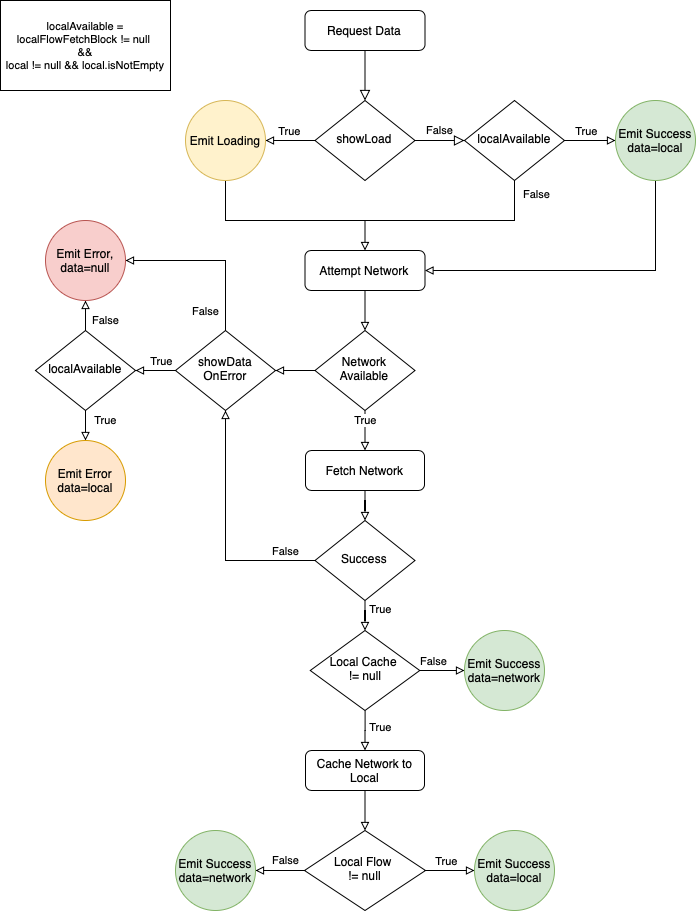
Above: Data Resource Flow Chart.png in baileytye/DataResource (draw.io), before the change. Source tidied: cells renumbered, new cells last; positions are measured from the earlier drawing's top-left corner, leaving out a move shared by most shapes. The source it was exported from:
```xml
<mxGraphModel>
  <root>
    <mxCell id="0" />
    <mxCell id="1" parent="0" />
    <mxCell id="2" style="rounded=0;html=1;jettySize=auto;fontSize=11;endArrow=block;endFill=0;endSize=8;strokeWidth=1;shadow=0;labelBackgroundColor=none;edgeStyle=orthogonalEdgeStyle;" parent="1" edge="1" source="3" target="7">
      <mxGeometry relative="1" as="geometry" />
    </mxCell>
    <mxCell id="3" value="Request Data" style="rounded=1;whiteSpace=wrap;html=1;fontSize=12;glass=0;strokeWidth=1;shadow=0;" parent="1" vertex="1">
      <mxGeometry x="304.5" y="10" width="120" height="40" as="geometry" />
    </mxCell>
    <mxCell id="4" value="False" style="edgeStyle=orthogonalEdgeStyle;rounded=0;html=1;jettySize=auto;fontSize=11;endArrow=block;endFill=0;endSize=8;strokeWidth=1;shadow=0;labelBackgroundColor=none;entryX=0;entryY=0.5;entryDx=0;entryDy=0;" parent="1" edge="1" source="7" target="21">
      <mxGeometry y="10" relative="1" as="geometry" />
    </mxCell>
    <mxCell id="5" style="edgeStyle=orthogonalEdgeStyle;rounded=0;jettySize=auto;html=1;exitX=0;exitY=0.5;exitDx=0;exitDy=0;entryX=1;entryY=0.5;entryDx=0;entryDy=0;endArrow=block;endFill=0;" parent="1" edge="1" source="7" target="23">
      <mxGeometry relative="1" as="geometry" />
    </mxCell>
    <mxCell id="6" value="True" style="edgeLabel;html=1;align=center;verticalAlign=middle;" parent="5" vertex="1">
      <mxGeometry x="0.25" y="-1" relative="1" as="geometry">
        <mxPoint x="4.8" y="-9" as="offset" />
      </mxGeometry>
    </mxCell>
    <mxCell id="7" value="showLoad" style="rhombus;whiteSpace=wrap;html=1;shadow=0;fontFamily=Helvetica;fontSize=12;align=center;strokeWidth=1;spacing=6;spacingTop=-4;" parent="1" vertex="1">
      <mxGeometry x="314.5" y="100" width="100" height="80" as="geometry" />
    </mxCell>
    <mxCell id="8" style="edgeStyle=orthogonalEdgeStyle;rounded=0;jettySize=auto;html=1;entryX=0.5;entryY=0;entryDx=0;entryDy=0;endArrow=block;endFill=0;" parent="1" edge="1" source="12" target="14">
      <mxGeometry relative="1" as="geometry" />
    </mxCell>
    <mxCell id="9" value="True" style="edgeLabel;html=1;align=center;verticalAlign=middle;" parent="8" vertex="1">
      <mxGeometry x="-0.14" y="3" relative="1" as="geometry">
        <mxPoint x="-3" y="-7" as="offset" />
      </mxGeometry>
    </mxCell>
    <mxCell id="10" style="edgeStyle=orthogonalEdgeStyle;rounded=0;jettySize=auto;html=1;entryX=1;entryY=0.5;entryDx=0;entryDy=0;endArrow=block;endFill=0;" parent="1" edge="1" source="12" target="30">
      <mxGeometry relative="1" as="geometry" />
    </mxCell>
    <mxCell id="11" value="False" style="edgeLabel;html=1;align=center;verticalAlign=middle;" parent="10" vertex="1">
      <mxGeometry x="0.14" y="1" relative="1" as="geometry">
        <mxPoint x="72.3" y="-11" as="offset" />
      </mxGeometry>
    </mxCell>
    <mxCell id="12" value="Network Available" style="rhombus;whiteSpace=wrap;html=1;shadow=0;fontFamily=Helvetica;fontSize=12;align=center;strokeWidth=1;spacing=6;spacingTop=-4;" parent="1" vertex="1">
      <mxGeometry x="314.5" y="330" width="100" height="80" as="geometry" />
    </mxCell>
    <mxCell id="13" style="edgeStyle=orthogonalEdgeStyle;rounded=0;jettySize=auto;html=1;entryX=0.5;entryY=0;entryDx=0;entryDy=0;endArrow=block;endFill=0;" parent="1" edge="1" source="14" target="42">
      <mxGeometry relative="1" as="geometry" />
    </mxCell>
    <mxCell id="14" value="Fetch Network" style="rounded=1;whiteSpace=wrap;html=1;fontSize=12;glass=0;strokeWidth=1;shadow=0;" parent="1" vertex="1">
      <mxGeometry x="305" y="450" width="119" height="40" as="geometry" />
    </mxCell>
    <mxCell id="15" style="edgeStyle=orthogonalEdgeStyle;rounded=0;jettySize=auto;html=1;entryX=0.5;entryY=0;entryDx=0;entryDy=0;endArrow=block;endFill=0;" parent="1" edge="1" source="16" target="12">
      <mxGeometry relative="1" as="geometry" />
    </mxCell>
    <mxCell id="16" value="Attempt Network" style="rounded=1;whiteSpace=wrap;html=1;fontSize=12;glass=0;strokeWidth=1;shadow=0;" parent="1" vertex="1">
      <mxGeometry x="304.5" y="250" width="120" height="40" as="geometry" />
    </mxCell>
    <mxCell id="17" style="edgeStyle=orthogonalEdgeStyle;rounded=0;jettySize=auto;html=1;endArrow=none;endFill=0;" parent="1" edge="1" source="21">
      <mxGeometry relative="1" as="geometry">
        <mxPoint x="345" y="220" as="targetPoint" />
        <Array as="points">
          <mxPoint x="514" y="220" />
          <mxPoint x="514" y="220" />
        </Array>
      </mxGeometry>
    </mxCell>
    <mxCell id="18" value="False" style="edgeLabel;html=1;align=center;verticalAlign=middle;" parent="17" vertex="1">
      <mxGeometry x="-0.87" y="-2" relative="1" as="geometry">
        <mxPoint x="23" as="offset" />
      </mxGeometry>
    </mxCell>
    <mxCell id="19" style="edgeStyle=orthogonalEdgeStyle;rounded=0;jettySize=auto;html=1;entryX=0;entryY=0.5;entryDx=0;entryDy=0;endArrow=block;endFill=0;" parent="1" edge="1" source="21" target="25">
      <mxGeometry relative="1" as="geometry" />
    </mxCell>
    <mxCell id="20" value="True" style="edgeLabel;html=1;align=center;verticalAlign=middle;" parent="19" vertex="1">
      <mxGeometry x="-0.66" y="1" relative="1" as="geometry">
        <mxPoint x="12" y="-9" as="offset" />
      </mxGeometry>
    </mxCell>
    <mxCell id="21" value="localAvailable" style="rhombus;whiteSpace=wrap;html=1;shadow=0;fontFamily=Helvetica;fontSize=12;align=center;strokeWidth=1;spacing=6;spacingTop=-4;" parent="1" vertex="1">
      <mxGeometry x="464" y="100" width="100" height="80" as="geometry" />
    </mxCell>
    <mxCell id="22" style="edgeStyle=orthogonalEdgeStyle;rounded=0;jettySize=auto;html=1;exitX=0.5;exitY=1;exitDx=0;exitDy=0;entryX=0.5;entryY=0;entryDx=0;entryDy=0;endArrow=block;endFill=0;" parent="1" edge="1" source="23" target="16">
      <mxGeometry relative="1" as="geometry">
        <Array as="points">
          <mxPoint x="225" y="220" />
          <mxPoint x="364" y="220" />
        </Array>
      </mxGeometry>
    </mxCell>
    <mxCell id="23" value="Emit Loading" style="ellipse;whiteSpace=wrap;html=1;fillColor=#fff2cc;strokeColor=#d6b656;" parent="1" vertex="1">
      <mxGeometry x="185" y="100" width="80" height="80" as="geometry" />
    </mxCell>
    <mxCell id="24" style="edgeStyle=orthogonalEdgeStyle;rounded=0;jettySize=auto;html=1;entryX=1;entryY=0.5;entryDx=0;entryDy=0;endArrow=block;endFill=0;" parent="1" edge="1" source="25" target="16">
      <mxGeometry relative="1" as="geometry">
        <Array as="points">
          <mxPoint x="655" y="270" />
        </Array>
      </mxGeometry>
    </mxCell>
    <mxCell id="25" value="Emit Success data=local" style="ellipse;whiteSpace=wrap;html=1;fillColor=#d5e8d4;strokeColor=#82b366;" parent="1" vertex="1">
      <mxGeometry x="615" y="100" width="80" height="80" as="geometry" />
    </mxCell>
    <mxCell id="26" style="edgeStyle=orthogonalEdgeStyle;rounded=0;jettySize=auto;html=1;exitX=0;exitY=0.5;exitDx=0;exitDy=0;entryX=1;entryY=0.5;entryDx=0;entryDy=0;endArrow=block;endFill=0;" parent="1" edge="1" source="30" target="34">
      <mxGeometry relative="1" as="geometry" />
    </mxCell>
    <mxCell id="27" value="True" style="edgeLabel;html=1;align=center;verticalAlign=middle;" parent="26" vertex="1">
      <mxGeometry x="-0.23" y="1" relative="1" as="geometry">
        <mxPoint y="-11" as="offset" />
      </mxGeometry>
    </mxCell>
    <mxCell id="28" style="edgeStyle=orthogonalEdgeStyle;rounded=0;jettySize=auto;html=1;entryX=1;entryY=0.5;entryDx=0;entryDy=0;endArrow=block;endFill=0;" parent="1" edge="1" source="30" target="35">
      <mxGeometry relative="1" as="geometry">
        <Array as="points">
          <mxPoint x="225" y="260" />
        </Array>
      </mxGeometry>
    </mxCell>
    <mxCell id="29" value="False" style="edgeLabel;html=1;align=center;verticalAlign=middle;" parent="28" vertex="1">
      <mxGeometry x="-0.64" y="1" relative="1" as="geometry">
        <mxPoint x="-19" y="10.3" as="offset" />
      </mxGeometry>
    </mxCell>
    <mxCell id="30" value="showData OnError" style="rhombus;whiteSpace=wrap;html=1;shadow=0;fontFamily=Helvetica;fontSize=12;align=center;strokeWidth=1;spacing=6;spacingTop=-4;" parent="1" vertex="1">
      <mxGeometry x="175" y="330" width="100" height="80" as="geometry" />
    </mxCell>
    <mxCell id="31" style="edgeStyle=orthogonalEdgeStyle;rounded=0;jettySize=auto;html=1;entryX=0.5;entryY=1;entryDx=0;entryDy=0;endArrow=block;endFill=0;" parent="1" edge="1" source="34" target="35">
      <mxGeometry relative="1" as="geometry" />
    </mxCell>
    <mxCell id="32" value="False" style="edgeLabel;html=1;align=center;verticalAlign=middle;" parent="31" vertex="1">
      <mxGeometry x="-0.55" y="-1" relative="1" as="geometry">
        <mxPoint x="19" as="offset" />
      </mxGeometry>
    </mxCell>
    <mxCell id="33" value="True" style="edgeStyle=orthogonalEdgeStyle;rounded=0;jettySize=auto;html=1;exitX=0.5;exitY=1;exitDx=0;exitDy=0;entryX=0.5;entryY=0;entryDx=0;entryDy=0;endArrow=block;endFill=0;" parent="1" edge="1" source="34" target="36">
      <mxGeometry x="-0.33" y="20" relative="1" as="geometry" />
    </mxCell>
    <mxCell id="34" value="localAvailable" style="rhombus;whiteSpace=wrap;html=1;shadow=0;fontFamily=Helvetica;fontSize=12;align=center;strokeWidth=1;spacing=6;spacingTop=-4;" parent="1" vertex="1">
      <mxGeometry x="35" y="330" width="100" height="80" as="geometry" />
    </mxCell>
    <mxCell id="35" value="Emit Error, data=null" style="ellipse;whiteSpace=wrap;html=1;fillColor=#f8cecc;strokeColor=#b85450;" parent="1" vertex="1">
      <mxGeometry x="45" y="220" width="80" height="80" as="geometry" />
    </mxCell>
    <mxCell id="36" value="Emit Error&lt;br&gt;data=local" style="ellipse;whiteSpace=wrap;html=1;fillColor=#ffe6cc;strokeColor=#d79b00;" parent="1" vertex="1">
      <mxGeometry x="45" y="440" width="80" height="80" as="geometry" />
    </mxCell>
    <mxCell id="37" style="edgeStyle=orthogonalEdgeStyle;rounded=0;jettySize=auto;html=1;entryX=0.5;entryY=1;entryDx=0;entryDy=0;endArrow=block;endFill=0;" parent="1" edge="1" source="42" target="30">
      <mxGeometry relative="1" as="geometry" />
    </mxCell>
    <mxCell id="38" value="False" style="edgeLabel;html=1;align=center;verticalAlign=middle;" parent="37" vertex="1">
      <mxGeometry x="-0.86" y="-2" relative="1" as="geometry">
        <mxPoint x="66.7" y="-8" as="offset" />
      </mxGeometry>
    </mxCell>
    <mxCell id="39" value="False" style="edgeLabel;html=1;align=center;verticalAlign=middle;" parent="37" vertex="1">
      <mxGeometry x="-0.62" relative="1" as="geometry">
        <mxPoint x="16.3" y="-10" as="offset" />
      </mxGeometry>
    </mxCell>
    <mxCell id="40" style="edgeStyle=orthogonalEdgeStyle;rounded=0;jettySize=auto;html=1;entryX=0.5;entryY=0;entryDx=0;entryDy=0;endArrow=block;endFill=0;" parent="1" edge="1" source="42" target="48">
      <mxGeometry relative="1" as="geometry" />
    </mxCell>
    <mxCell id="41" value="True" style="edgeLabel;html=1;align=center;verticalAlign=middle;" parent="40" vertex="1">
      <mxGeometry x="0.2" y="2" relative="1" as="geometry">
        <mxPoint x="12.5" y="-2" as="offset" />
      </mxGeometry>
    </mxCell>
    <mxCell id="42" value="Success" style="rhombus;whiteSpace=wrap;html=1;shadow=0;fontFamily=Helvetica;fontSize=12;align=center;strokeWidth=1;spacing=6;spacingTop=-4;" parent="1" vertex="1">
      <mxGeometry x="314.5" y="520" width="100" height="80" as="geometry" />
    </mxCell>
    <mxCell id="43" style="edgeStyle=orthogonalEdgeStyle;rounded=0;jettySize=auto;html=1;entryX=0;entryY=0.5;entryDx=0;entryDy=0;endArrow=block;endFill=0;" parent="1" edge="1" source="48" target="49">
      <mxGeometry relative="1" as="geometry" />
    </mxCell>
    <mxCell id="44" value="False" style="edgeLabel;html=1;align=center;verticalAlign=middle;" parent="43" vertex="1">
      <mxGeometry x="-0.47" y="1" relative="1" as="geometry">
        <mxPoint x="-63.3" y="-9" as="offset" />
      </mxGeometry>
    </mxCell>
    <mxCell id="45" value="False" style="edgeLabel;html=1;align=center;verticalAlign=middle;" parent="43" vertex="1">
      <mxGeometry x="-0.42" y="1" relative="1" as="geometry">
        <mxPoint y="-9" as="offset" />
      </mxGeometry>
    </mxCell>
    <mxCell id="46" style="edgeStyle=orthogonalEdgeStyle;rounded=0;jettySize=auto;html=1;entryX=0.5;entryY=0;entryDx=0;entryDy=0;endArrow=block;endFill=0;" parent="1" edge="1" source="48" target="51">
      <mxGeometry relative="1" as="geometry" />
    </mxCell>
    <mxCell id="47" value="True" style="edgeLabel;html=1;align=center;verticalAlign=middle;" parent="46" vertex="1">
      <mxGeometry x="-0.18" y="2" relative="1" as="geometry">
        <mxPoint x="12.5" as="offset" />
      </mxGeometry>
    </mxCell>
    <mxCell id="48" value="Local Cache &lt;br&gt;!= null" style="rhombus;whiteSpace=wrap;html=1;shadow=0;fontFamily=Helvetica;fontSize=12;align=center;strokeWidth=1;spacing=6;spacingTop=-4;" parent="1" vertex="1">
      <mxGeometry x="309.8" y="630" width="109.5" height="80" as="geometry" />
    </mxCell>
    <mxCell id="49" value="Emit Success data=network" style="ellipse;whiteSpace=wrap;html=1;fillColor=#d5e8d4;strokeColor=#82b366;" parent="1" vertex="1">
      <mxGeometry x="464" y="630" width="80" height="80" as="geometry" />
    </mxCell>
    <mxCell id="50" style="edgeStyle=orthogonalEdgeStyle;rounded=0;jettySize=auto;html=1;entryX=0.5;entryY=0;entryDx=0;entryDy=0;endArrow=block;endFill=0;" parent="1" edge="1" source="51" target="55">
      <mxGeometry relative="1" as="geometry" />
    </mxCell>
    <mxCell id="51" value="Cache Network to Local" style="rounded=1;whiteSpace=wrap;html=1;fontSize=12;glass=0;strokeWidth=1;shadow=0;" parent="1" vertex="1">
      <mxGeometry x="305" y="750" width="119" height="40" as="geometry" />
    </mxCell>
    <mxCell id="52" style="edgeStyle=orthogonalEdgeStyle;rounded=0;jettySize=auto;html=1;entryX=0;entryY=0.5;entryDx=0;entryDy=0;endArrow=block;endFill=0;" parent="1" edge="1" source="55" target="56">
      <mxGeometry relative="1" as="geometry" />
    </mxCell>
    <mxCell id="53" value="True" style="edgeLabel;html=1;align=center;verticalAlign=middle;" parent="52" vertex="1">
      <mxGeometry x="0.19" y="-1" relative="1" as="geometry">
        <mxPoint x="-9" y="-11" as="offset" />
      </mxGeometry>
    </mxCell>
    <mxCell id="54" value="False" style="edgeStyle=orthogonalEdgeStyle;rounded=0;jettySize=auto;html=1;entryX=1;entryY=0.5;entryDx=0;entryDy=0;endArrow=block;endFill=0;" parent="1" edge="1" source="55" target="57">
      <mxGeometry x="-0.22" y="-10" relative="1" as="geometry" />
    </mxCell>
    <mxCell id="55" value="Local Flow&amp;nbsp;&lt;br&gt;!= null" style="rhombus;whiteSpace=wrap;html=1;shadow=0;fontFamily=Helvetica;fontSize=12;align=center;strokeWidth=1;spacing=6;spacingTop=-4;" parent="1" vertex="1">
      <mxGeometry x="304" y="830" width="121" height="80" as="geometry" />
    </mxCell>
    <mxCell id="56" value="Emit Success data=local" style="ellipse;whiteSpace=wrap;html=1;fillColor=#d5e8d4;strokeColor=#82b366;" parent="1" vertex="1">
      <mxGeometry x="474" y="830" width="80" height="80" as="geometry" />
    </mxCell>
    <mxCell id="57" value="Emit Success data=network" style="ellipse;whiteSpace=wrap;html=1;fillColor=#d5e8d4;strokeColor=#82b366;" parent="1" vertex="1">
      <mxGeometry x="175" y="830" width="80" height="80" as="geometry" />
    </mxCell>
    <mxCell id="58" value="localAvailable = localFlowFetchBlock != null&amp;nbsp;&lt;br style=&quot;font-size: 11px&quot;&gt;&amp;amp;&amp;amp;&lt;br&gt;local != null &amp;amp;&amp;amp; local.isNotEmpty" style="whiteSpace=wrap;html=1;fontSize=11;align=center;" parent="1" vertex="1">
      <mxGeometry width="170" height="90" as="geometry" />
    </mxCell>
  </root>
</mxGraphModel>
```
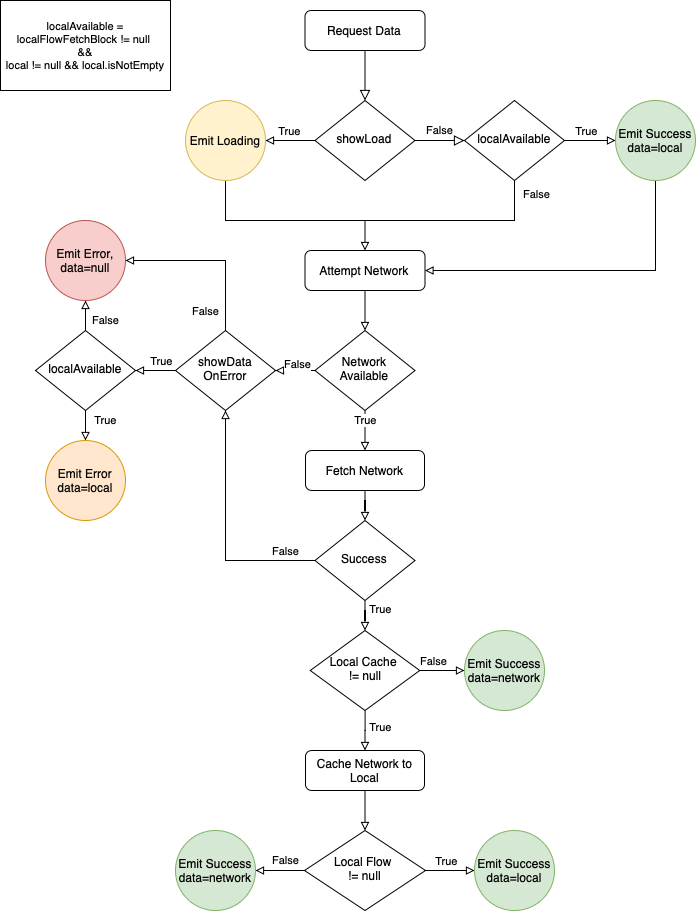
Above is the later version.

What changed in the source:
```diff
@@ -38,6 +38,11 @@
         <mxPoint x="72.3" y="-11" as="offset" />
       </mxGeometry>
     </mxCell>
+    <mxCell id="59" value="False" style="edgeLabel;html=1;align=center;verticalAlign=middle;fontSize=11;" parent="10" vertex="1">
+      <mxGeometry x="-0.01" y="2" relative="1" as="geometry">
+        <mxPoint x="1" y="-8" as="offset" />
+      </mxGeometry>
+    </mxCell>
     <mxCell id="12" value="Network Available" style="rhombus;whiteSpace=wrap;html=1;shadow=0;fontFamily=Helvetica;fontSize=12;align=center;strokeWidth=1;spacing=6;spacingTop=-4;" parent="1" vertex="1">
       <mxGeometry x="314.5" y="330" width="100" height="80" as="geometry" />
     </mxCell>
```
